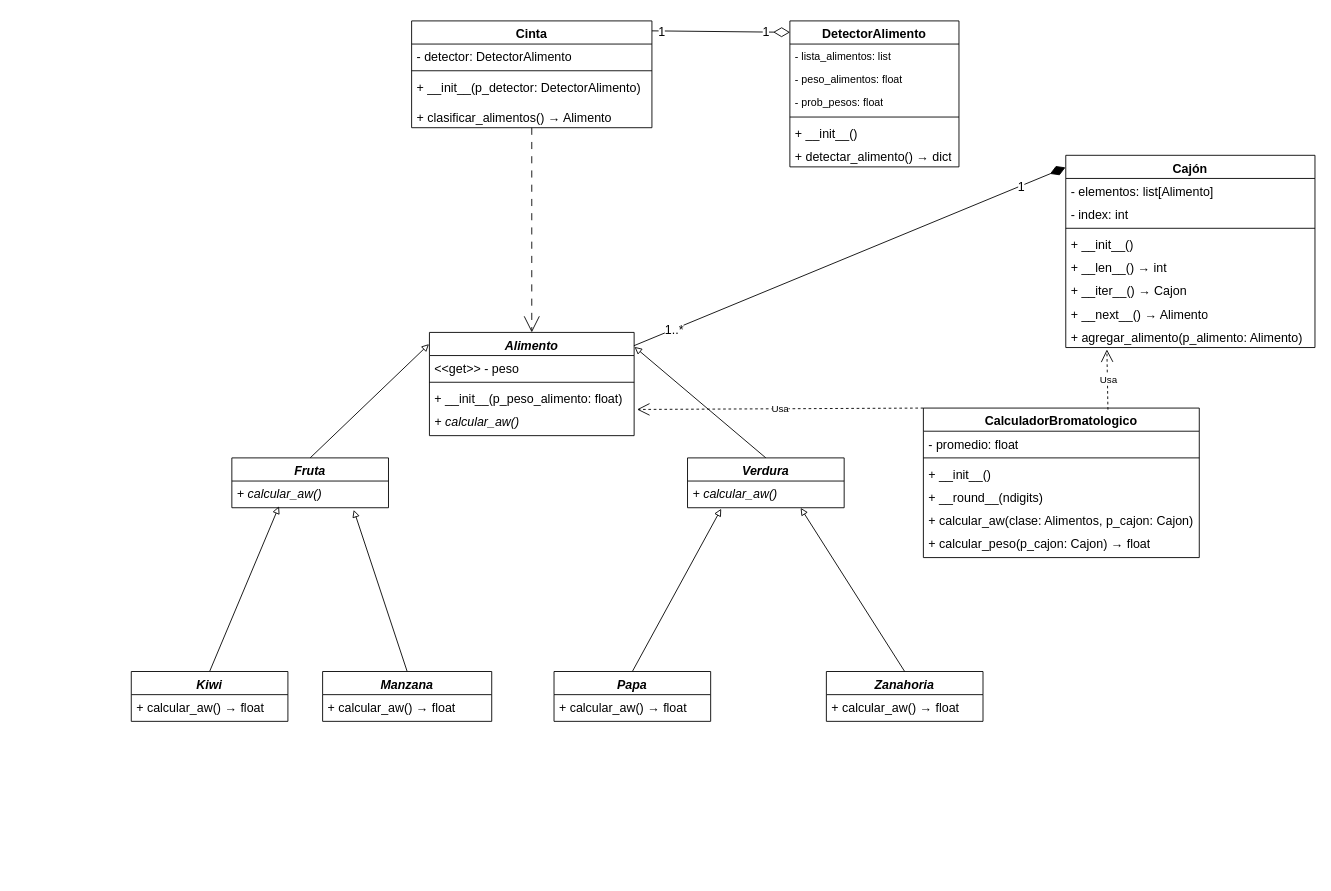
Before: TrabajoPractico_2/proyecto2/docs/diagrama_UML_p2.drawio in FelipeCarrozzo/prog_avanzada, a draw.io diagram. Source tidied: cells renumbered, new cells numbered last; positions are measured from the earlier drawing's top-left corner, leaving out a move shared by most shapes. Both pictures are drawn from the tidied source at 89%, with x=0, y=0 at pixel (131, 20).
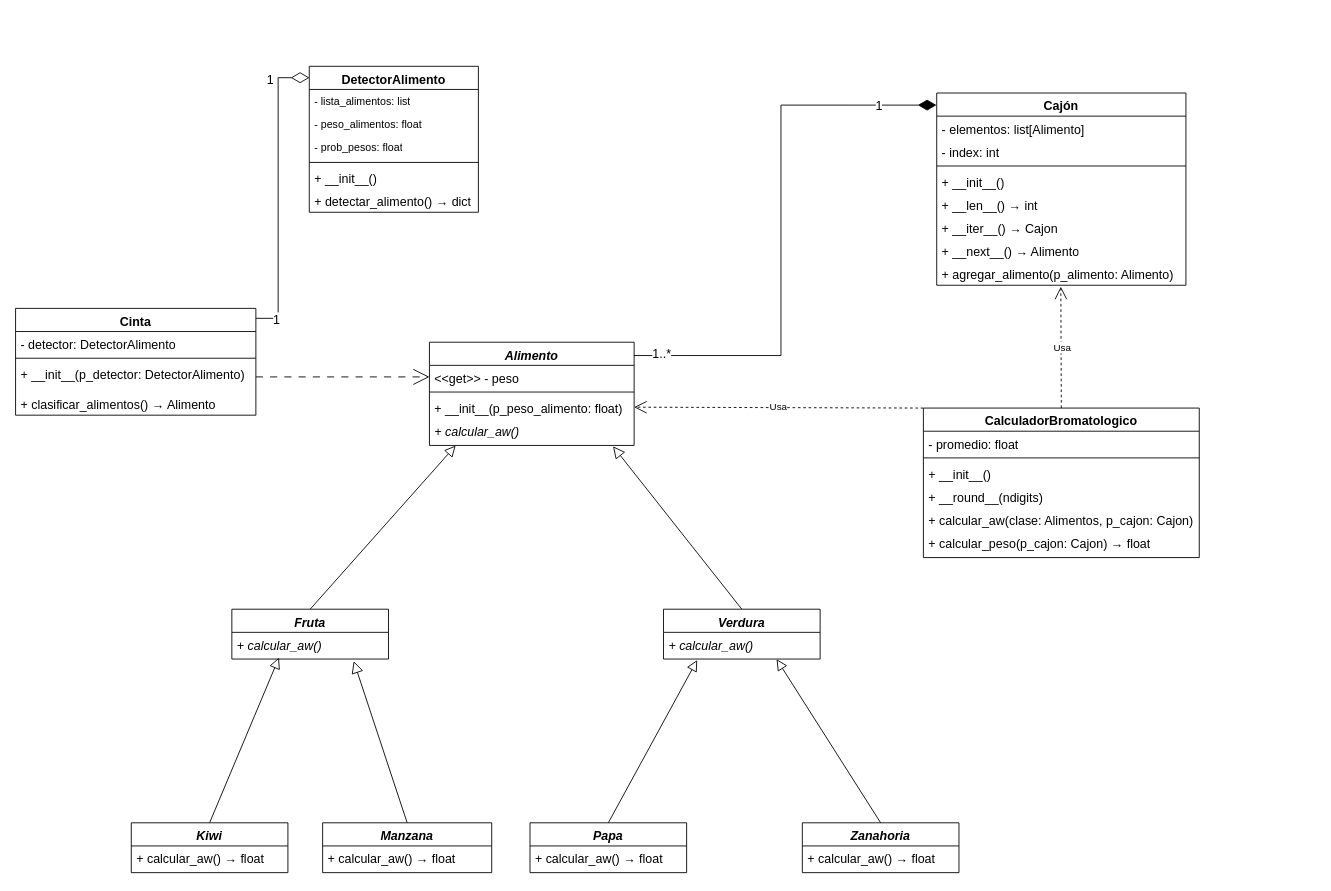
Above is the later version.

Commit message:
Subo cambios en el diagrama del proyecto 2

Unchanged cells that the change refers to:
```xml
<mxCell id="6" value="+ __init__(p_detector: DetectorAlimento)" style="text;strokeColor=none;fillColor=none;align=left;verticalAlign=top;spacingLeft=4;spacingRight=4;overflow=hidden;points=[[0,0.5],[1,0.5]];portConstraint=eastwest;whiteSpace=wrap;html=1;fontSize=14;" parent="3" vertex="1">
  <mxGeometry y="60" width="270" height="34" as="geometry" />
</mxCell>
<mxCell id="15" value="CalculadorBromatologico" style="swimlane;fontStyle=1;align=center;verticalAlign=top;horizontal=1;startSize=26;whiteSpace=wrap;html=1;fontSize=14;" parent="1" vertex="1">
  <mxGeometry x="890" y="435" width="310" height="168" as="geometry" />
</mxCell>
<mxCell id="34" value="&amp;lt;&amp;lt;get&amp;gt;&amp;gt; - peso" style="text;strokeColor=none;fillColor=none;align=left;verticalAlign=top;spacingLeft=4;spacingRight=4;overflow=hidden;points=[[0,0.5],[1,0.5]];portConstraint=eastwest;whiteSpace=wrap;html=1;fontSize=14;" parent="33" vertex="1">
  <mxGeometry y="26" width="230" height="26" as="geometry" />
</mxCell>
<mxCell id="36" value="+ __init__(p_peso_alimento:&amp;nbsp;&lt;span style=&quot;color: rgb(0, 0, 0);&quot;&gt;float&lt;/span&gt;)" style="text;strokeColor=none;fillColor=none;align=left;verticalAlign=top;spacingLeft=4;spacingRight=4;overflow=hidden;points=[[0,0.5],[1,0.5]];portConstraint=eastwest;whiteSpace=wrap;html=1;fontSize=14;" parent="33" vertex="1">
  <mxGeometry y="60" width="230" height="26" as="geometry" />
</mxCell>
<mxCell id="37" value="&lt;i&gt;&lt;font style=&quot;color: rgb(0, 0, 0);&quot;&gt;+ calcular_aw()&lt;/font&gt;&lt;/i&gt;" style="text;strokeColor=none;fillColor=none;align=left;verticalAlign=top;spacingLeft=4;spacingRight=4;overflow=hidden;points=[[0,0.5],[1,0.5]];portConstraint=eastwest;whiteSpace=wrap;html=1;fontSize=14;" parent="33" vertex="1">
  <mxGeometry y="86" width="230" height="30" as="geometry" />
</mxCell>
<mxCell id="40" value="&lt;i&gt;&lt;font style=&quot;color: rgb(0, 0, 0);&quot;&gt;+ calcular_aw()&lt;/font&gt;&lt;/i&gt;" style="text;strokeColor=none;fillColor=none;align=left;verticalAlign=top;spacingLeft=4;spacingRight=4;overflow=hidden;points=[[0,0.5],[1,0.5]];portConstraint=eastwest;whiteSpace=wrap;html=1;fontSize=14;" parent="39" vertex="1">
  <mxGeometry y="26" width="176" height="30" as="geometry" />
</mxCell>
<mxCell id="43" value="&lt;i&gt;&lt;font style=&quot;color: rgb(0, 0, 0);&quot;&gt;+ calcular_aw()&lt;/font&gt;&lt;/i&gt;" style="text;strokeColor=none;fillColor=none;align=left;verticalAlign=top;spacingLeft=4;spacingRight=4;overflow=hidden;points=[[0,0.5],[1,0.5]];portConstraint=eastwest;whiteSpace=wrap;html=1;fontSize=14;" parent="42" vertex="1">
  <mxGeometry y="26" width="176" height="30" as="geometry" />
</mxCell>
<mxCell id="52" value="+ agregar_alimento(p_alimento: Alimento)" style="text;strokeColor=none;fillColor=none;align=left;verticalAlign=top;spacingLeft=4;spacingRight=4;overflow=hidden;points=[[0,0.5],[1,0.5]];portConstraint=eastwest;whiteSpace=wrap;html=1;fontSize=14;" parent="44" vertex="1">
  <mxGeometry y="190" width="280" height="26" as="geometry" />
</mxCell>
```

The edit, as a diff of the source:
```diff
@@
-    <mxCell id="2" style="rounded=0;jettySize=auto;html=1;exitX=0.5;exitY=1;exitDx=0;exitDy=0;entryX=0.5;entryY=0;entryDx=0;entryDy=0;endArrow=open;endFill=0;endSize=16;dashed=1;dashPattern=8 8;fontSize=14;" parent="1" edge="1" source="3" target="33">
+    <mxCell id="2" style="rounded=0;jettySize=auto;html=1;exitX=1;exitY=0.5;exitDx=0;exitDy=0;entryX=0;entryY=0.5;entryDx=0;entryDy=0;endArrow=open;endFill=0;endSize=16;dashed=1;dashPattern=8 8;fontSize=14;" parent="1" edge="1" source="6" target="34">
       <mxGeometry relative="1" as="geometry" />
     </mxCell>
     <mxCell id="3" value="Cinta" style="swimlane;fontStyle=1;align=center;verticalAlign=top;horizontal=1;startSize=26;whiteSpace=wrap;html=1;fontSize=14;" parent="1" vertex="1">
-      <mxGeometry x="315" width="270" height="120" as="geometry" />
+      <mxGeometry x="-130" y="323" width="270" height="120" as="geometry" />
     </mxCell>
@@
     <mxCell id="8" value="DetectorAlimento" style="swimlane;fontStyle=1;align=center;verticalAlign=top;horizontal=1;startSize=26;whiteSpace=wrap;html=1;fontSize=14;" parent="1" vertex="1">
-      <mxGeometry x="740" width="190" height="164" as="geometry" />
+      <mxGeometry x="200" y="51" width="190" height="164" as="geometry" />
     </mxCell>
@@
-    <mxCell id="22" style="rounded=0;jettySize=auto;html=1;exitX=0.5;exitY=0;exitDx=0;exitDy=0;entryX=0.778;entryY=1.08;entryDx=0;entryDy=0;entryPerimeter=0;endArrow=block;endFill=0;fontSize=14;" parent="1" edge="1" source="23" target="40">
+    <mxCell id="22" style="rounded=0;jettySize=auto;html=1;exitX=0.5;exitY=0;exitDx=0;exitDy=0;entryX=0.778;entryY=1.08;entryDx=0;entryDy=0;entryPerimeter=0;endArrow=block;endFill=0;fontSize=14;endSize=11;" parent="1" edge="1" source="23" target="40">
       <mxGeometry relative="1" as="geometry" />
     </mxCell>
     <mxCell id="23" value="&lt;i&gt;&lt;font style=&quot;color: rgb(0, 0, 0);&quot;&gt;Manzana&lt;/font&gt;&lt;/i&gt;" style="swimlane;fontStyle=1;align=center;verticalAlign=top;horizontal=1;startSize=26;whiteSpace=wrap;html=1;fontSize=14;" parent="1" vertex="1">
-      <mxGeometry x="215" y="731" width="190" height="56" as="geometry" />
+      <mxGeometry x="215" y="901" width="190" height="56" as="geometry" />
     </mxCell>
@@
-    <mxCell id="25" style="rounded=0;jettySize=auto;html=1;exitX=0.5;exitY=0;exitDx=0;exitDy=0;entryX=0.215;entryY=1.038;entryDx=0;entryDy=0;entryPerimeter=0;endArrow=block;endFill=0;fontSize=14;" parent="1" edge="1" source="26" target="43">
+    <mxCell id="25" style="rounded=0;jettySize=auto;html=1;exitX=0.5;exitY=0;exitDx=0;exitDy=0;entryX=0.215;entryY=1.038;entryDx=0;entryDy=0;entryPerimeter=0;endArrow=block;endFill=0;fontSize=14;endSize=10;" parent="1" edge="1" source="26" target="43">
       <mxGeometry relative="1" as="geometry" />
     </mxCell>
     <mxCell id="26" value="&lt;i&gt;&lt;font style=&quot;color: rgb(0, 0, 0);&quot;&gt;Papa&lt;/font&gt;&lt;/i&gt;" style="swimlane;fontStyle=1;align=center;verticalAlign=top;horizontal=1;startSize=26;whiteSpace=wrap;html=1;fontSize=14;" parent="1" vertex="1">
-      <mxGeometry x="475" y="731" width="176" height="56" as="geometry" />
+      <mxGeometry x="448" y="901" width="176" height="56" as="geometry" />
     </mxCell>
@@
     <mxCell id="28" value="&lt;i style=&quot;background-color: light-dark(#ffffff, var(--ge-dark-color, #121212));&quot;&gt;&lt;font style=&quot;color: rgb(0, 0, 0);&quot;&gt;Zanahoria&lt;/font&gt;&lt;/i&gt;" style="swimlane;fontStyle=1;align=center;verticalAlign=top;horizontal=1;startSize=26;whiteSpace=wrap;html=1;fontSize=14;" parent="1" vertex="1">
-      <mxGeometry x="781" y="731" width="176" height="56" as="geometry" />
+      <mxGeometry x="754" y="901" width="176" height="56" as="geometry" />
     </mxCell>
@@
-    <mxCell id="30" style="rounded=0;jettySize=auto;html=1;exitX=0.5;exitY=0;exitDx=0;exitDy=0;entryX=0.301;entryY=0.947;entryDx=0;entryDy=0;entryPerimeter=0;endArrow=block;endFill=0;fontSize=14;" parent="1" edge="1" source="31" target="40">
+    <mxCell id="30" style="rounded=0;jettySize=auto;html=1;exitX=0.5;exitY=0;exitDx=0;exitDy=0;entryX=0.301;entryY=0.947;entryDx=0;entryDy=0;entryPerimeter=0;endArrow=block;endFill=0;fontSize=14;endSize=10;" parent="1" edge="1" source="31" target="40">
       <mxGeometry relative="1" as="geometry" />
     </mxCell>
     <mxCell id="31" value="&lt;i&gt;&lt;font style=&quot;color: rgb(0, 0, 0);&quot;&gt;Kiwi&lt;/font&gt;&lt;/i&gt;" style="swimlane;fontStyle=1;align=center;verticalAlign=top;horizontal=1;startSize=26;whiteSpace=wrap;html=1;fontSize=14;" parent="1" vertex="1">
-      <mxGeometry y="731" width="176" height="56" as="geometry" />
+      <mxGeometry y="901" width="176" height="56" as="geometry" />
     </mxCell>
@@
     <mxCell id="33" value="&lt;i&gt;&lt;font style=&quot;color: rgb(0, 0, 0);&quot;&gt;Alimento&lt;/font&gt;&lt;/i&gt;" style="swimlane;fontStyle=1;align=center;verticalAlign=top;horizontal=1;startSize=26;whiteSpace=wrap;html=1;fontSize=14;" parent="1" vertex="1">
-      <mxGeometry x="335" y="350" width="230" height="116" as="geometry" />
+      <mxGeometry x="335" y="361" width="230" height="116" as="geometry" />
     </mxCell>
@@
-    <mxCell id="38" style="rounded=0;jettySize=auto;html=1;exitX=0.5;exitY=0;exitDx=0;exitDy=0;entryX=-0.002;entryY=0.113;entryDx=0;entryDy=0;endArrow=block;endFill=0;entryPerimeter=0;fontSize=14;" parent="1" edge="1" source="39" target="33">
+    <mxCell id="38" style="rounded=0;jettySize=auto;html=1;exitX=0.5;exitY=0;exitDx=0;exitDy=0;entryX=0.128;entryY=1.007;entryDx=0;entryDy=0;endArrow=block;endFill=0;entryPerimeter=0;fontSize=14;endSize=10;" parent="1" edge="1" source="39" target="37">
       <mxGeometry relative="1" as="geometry" />
     </mxCell>
     <mxCell id="39" value="&lt;i&gt;&lt;font style=&quot;color: rgb(0, 0, 0);&quot;&gt;Fruta&lt;/font&gt;&lt;/i&gt;" style="swimlane;fontStyle=1;align=center;verticalAlign=top;horizontal=1;startSize=26;whiteSpace=wrap;html=1;fontSize=14;" parent="1" vertex="1">
-      <mxGeometry x="113" y="491" width="176" height="56" as="geometry" />
+      <mxGeometry x="113" y="661" width="176" height="56" as="geometry" />
     </mxCell>
@@
-    <mxCell id="41" style="rounded=0;jettySize=auto;html=1;exitX=0.5;exitY=0;exitDx=0;exitDy=0;entryX=1.002;entryY=0.14;entryDx=0;entryDy=0;endArrow=block;endFill=0;entryPerimeter=0;fontSize=14;" parent="1" edge="1" source="42" target="33">
+    <mxCell id="41" style="rounded=0;jettySize=auto;html=1;exitX=0.5;exitY=0;exitDx=0;exitDy=0;entryX=0.897;entryY=1.033;entryDx=0;entryDy=0;endArrow=block;endFill=0;entryPerimeter=0;fontSize=14;endSize=11;" parent="1" edge="1" source="42" target="37">
       <mxGeometry relative="1" as="geometry" />
     </mxCell>
     <mxCell id="42" value="&lt;i&gt;&lt;font style=&quot;color: rgb(0, 0, 0);&quot;&gt;Verdura&lt;/font&gt;&lt;/i&gt;" style="swimlane;fontStyle=1;align=center;verticalAlign=top;horizontal=1;startSize=26;whiteSpace=wrap;html=1;fontSize=14;" parent="1" vertex="1">
-      <mxGeometry x="625" y="491" width="176" height="56" as="geometry" />
+      <mxGeometry x="598" y="661" width="176" height="56" as="geometry" />
     </mxCell>
@@
     <mxCell id="44" value="Cajón" style="swimlane;fontStyle=1;align=center;verticalAlign=top;horizontal=1;startSize=26;whiteSpace=wrap;html=1;fontSize=14;" parent="1" vertex="1">
-      <mxGeometry x="1050" y="151" width="280" height="216" as="geometry" />
+      <mxGeometry x="905" y="81" width="280" height="216" as="geometry" />
     </mxCell>
@@
-    <mxCell id="53" style="rounded=0;jettySize=auto;html=1;exitX=0.5;exitY=0;exitDx=0;exitDy=0;entryX=0.722;entryY=1.005;entryDx=0;entryDy=0;entryPerimeter=0;endArrow=block;endFill=0;fontSize=14;" parent="1" edge="1" source="28" target="43">
+    <mxCell id="53" style="rounded=0;jettySize=auto;html=1;exitX=0.5;exitY=0;exitDx=0;exitDy=0;entryX=0.722;entryY=1.005;entryDx=0;entryDy=0;entryPerimeter=0;endArrow=block;endFill=0;fontSize=14;endSize=10;" parent="1" edge="1" source="28" target="43">
       <mxGeometry relative="1" as="geometry" />
     </mxCell>
-    <mxCell id="54" style="rounded=0;jettySize=auto;entryX=0.001;entryY=0.078;entryDx=0;entryDy=0;endArrow=diamondThin;endFill=0;startSize=6;endSize=16;entryPerimeter=0;html=1;labelPosition=center;verticalLabelPosition=middle;align=center;verticalAlign=middle;fontSize=14;exitX=1;exitY=0.093;exitDx=0;exitDy=0;exitPerimeter=0;" parent="1" edge="1" source="3" target="8">
+    <mxCell id="54" style="rounded=0;jettySize=auto;entryX=0.001;entryY=0.078;entryDx=0;entryDy=0;endArrow=diamondThin;endFill=0;startSize=6;endSize=18;entryPerimeter=0;html=1;labelPosition=center;verticalLabelPosition=middle;align=center;verticalAlign=middle;fontSize=14;exitX=1;exitY=0.093;exitDx=0;exitDy=0;exitPerimeter=0;edgeStyle=orthogonalEdgeStyle;" parent="1" edge="1" source="3" target="8">
       <mxGeometry relative="1" as="geometry" />
     </mxCell>
@@
-    <mxCell id="57" style="rounded=0;jettySize=auto;html=1;startArrow=none;startFill=0;endArrow=diamondThin;startSize=4;endFill=1;endSize=16;entryX=-0.001;entryY=0.063;entryDx=0;entryDy=0;entryPerimeter=0;fontSize=14;exitX=0.999;exitY=0.129;exitDx=0;exitDy=0;exitPerimeter=0;" parent="1" edge="1" source="33" target="44">
+    <mxCell id="57" style="rounded=0;jettySize=auto;html=1;startArrow=none;startFill=0;endArrow=diamondThin;startSize=4;endFill=1;endSize=18;entryX=-0.001;entryY=0.063;entryDx=0;entryDy=0;entryPerimeter=0;fontSize=14;exitX=0.999;exitY=0.129;exitDx=0;exitDy=0;exitPerimeter=0;edgeStyle=orthogonalEdgeStyle;" parent="1" edge="1" source="33" target="44">
       <mxGeometry relative="1" as="geometry" />
     </mxCell>
@@
+    <mxCell id="62" value="&lt;span style=&quot;color: rgb(0, 0, 0); font-size: 14px;&quot;&gt;1..*&lt;/span&gt;" style="edgeLabel;html=1;align=center;verticalAlign=middle;" parent="57" vertex="1">
+      <mxGeometry x="-0.9" y="2" relative="1" as="geometry" />
+    </mxCell>
-    <mxCell id="59" style="endArrow=open;endSize=12;dashed=1;html=1;entryX=0.165;entryY=1.082;entryDx=0;entryDy=0;entryPerimeter=0;exitX=0.669;exitY=0.011;exitDx=0;exitDy=0;exitPerimeter=0;" parent="1" edge="1" source="15" target="52">
+    <mxCell id="59" style="endArrow=open;endSize=12;dashed=1;html=1;entryX=0.498;entryY=1.062;entryDx=0;entryDy=0;entryPerimeter=0;exitX=0.5;exitY=0;exitDx=0;exitDy=0;" parent="1" edge="1" source="15" target="52">
       <mxGeometry relative="1" as="geometry" />
     </mxCell>
@@
-    <mxCell id="61" value="Usa" style="endArrow=open;endSize=12;dashed=1;html=1;entryX=1.014;entryY=0.019;entryDx=0;entryDy=0;entryPerimeter=0;exitX=0;exitY=0;exitDx=0;exitDy=0;" parent="1" edge="1" source="15" target="37">
+    <mxCell id="61" value="Usa" style="endArrow=open;endSize=12;dashed=1;html=1;exitX=0;exitY=0;exitDx=0;exitDy=0;entryX=1;entryY=0.5;entryDx=0;entryDy=0;" parent="1" edge="1" source="15" target="36">
       <mxGeometry relative="1" as="geometry" />
     </mxCell>
-    <mxCell id="62" value="1..*" style="edgeLabel;html=1;align=center;verticalAlign=middle;fontSize=14;" parent="1" vertex="1">
-      <mxGeometry x="800" y="171" as="geometry">
-        <mxPoint x="-191" y="175" as="offset" />
-      </mxGeometry>
-    </mxCell>
```
